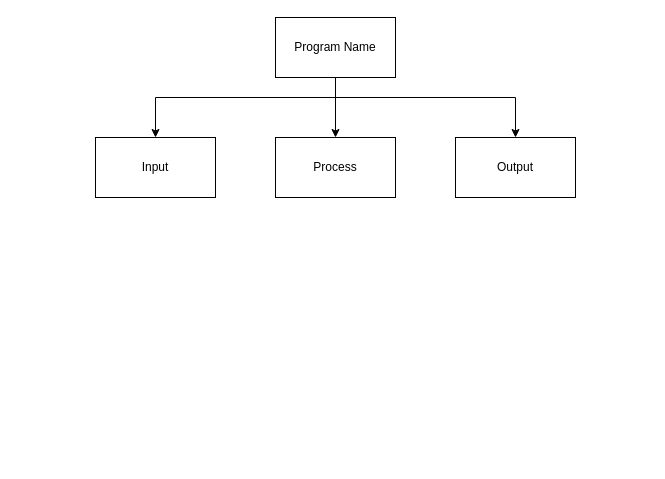
The draw.io diagram design/topdown.drawio in MTHS-ICS3U-2-2023/ICS3U-Assignment-5-Dominic-Madeira, before the edit. Source tidied: cells renumbered, new cells numbered last; positions are measured from the earlier drawing's top-left corner, leaving out a move shared by most shapes. Both pictures are drawn from the tidied source at 100%, with x=0, y=0 at pixel (95, 17).
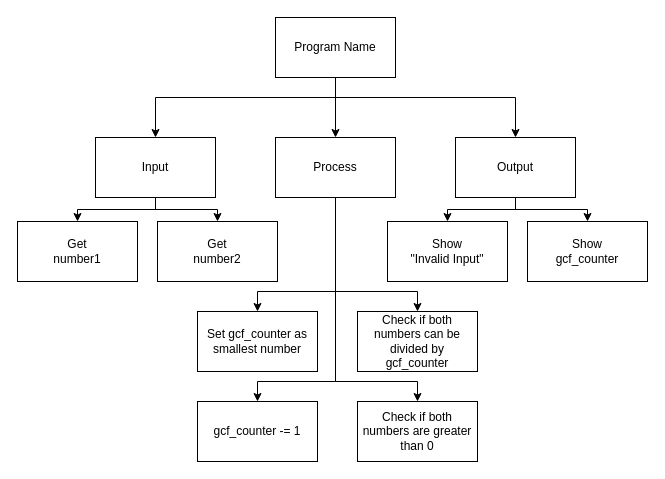
The same diagram, later.

Unchanged cells that the change refers to:
```xml
<mxCell id="6" value="Process" style="rounded=0;whiteSpace=wrap;html=1;" parent="1" vertex="1">
  <mxGeometry x="180" y="120" width="120" height="60" as="geometry" />
</mxCell>
<mxCell id="7" value="Output" style="rounded=0;whiteSpace=wrap;html=1;" parent="1" vertex="1">
  <mxGeometry x="360" y="120" width="120" height="60" as="geometry" />
</mxCell>
<mxCell id="8" value="Input" style="rounded=0;whiteSpace=wrap;html=1;" parent="1" vertex="1">
  <mxGeometry y="120" width="120" height="60" as="geometry" />
</mxCell>
```

Diff of the diagram source:
```diff
@@
+    <mxCell id="9" style="edgeStyle=orthogonalEdgeStyle;shape=connector;rounded=0;html=1;labelBackgroundColor=default;strokeColor=default;fontFamily=Helvetica;fontSize=11;fontColor=default;endArrow=classic;" parent="1" edge="1" source="6" target="21">
+      <mxGeometry relative="1" as="geometry">
+        <Array as="points">
+          <mxPoint x="240" y="274" />
+          <mxPoint x="162" y="274" />
+        </Array>
+      </mxGeometry>
+    </mxCell>
+    <mxCell id="10" style="edgeStyle=orthogonalEdgeStyle;shape=connector;rounded=0;html=1;labelBackgroundColor=default;strokeColor=default;fontFamily=Helvetica;fontSize=11;fontColor=default;endArrow=classic;" parent="1" edge="1" source="6" target="22">
+      <mxGeometry relative="1" as="geometry">
+        <Array as="points">
+          <mxPoint x="240" y="274" />
+          <mxPoint x="322" y="274" />
+        </Array>
+      </mxGeometry>
+    </mxCell>
+    <mxCell id="11" style="edgeStyle=orthogonalEdgeStyle;shape=connector;rounded=0;html=1;labelBackgroundColor=default;strokeColor=default;fontFamily=Helvetica;fontSize=11;fontColor=default;endArrow=classic;" parent="1" edge="1" source="6" target="23">
+      <mxGeometry relative="1" as="geometry">
+        <Array as="points">
+          <mxPoint x="240" y="364" />
+          <mxPoint x="162" y="364" />
+        </Array>
+      </mxGeometry>
+    </mxCell>
+    <mxCell id="12" style="edgeStyle=orthogonalEdgeStyle;shape=connector;rounded=0;html=1;labelBackgroundColor=default;strokeColor=default;fontFamily=Helvetica;fontSize=11;fontColor=default;endArrow=classic;" parent="1" edge="1" source="6" target="24">
+      <mxGeometry relative="1" as="geometry">
+        <Array as="points">
+          <mxPoint x="240" y="364" />
+          <mxPoint x="322" y="364" />
+        </Array>
+      </mxGeometry>
+    </mxCell>
@@
+    <mxCell id="13" style="edgeStyle=orthogonalEdgeStyle;shape=connector;rounded=0;html=1;labelBackgroundColor=default;strokeColor=default;fontFamily=Helvetica;fontSize=11;fontColor=default;endArrow=classic;" parent="1" edge="1" source="7" target="19">
+      <mxGeometry relative="1" as="geometry" />
+    </mxCell>
+    <mxCell id="14" style="edgeStyle=orthogonalEdgeStyle;shape=connector;rounded=0;html=1;labelBackgroundColor=default;strokeColor=default;fontFamily=Helvetica;fontSize=11;fontColor=default;endArrow=classic;" parent="1" edge="1" source="7" target="20">
+      <mxGeometry relative="1" as="geometry" />
+    </mxCell>
@@
+    <mxCell id="15" style="edgeStyle=orthogonalEdgeStyle;shape=connector;rounded=0;html=1;labelBackgroundColor=default;strokeColor=default;fontFamily=Helvetica;fontSize=11;fontColor=default;endArrow=classic;" parent="1" edge="1" source="8" target="17">
+      <mxGeometry relative="1" as="geometry" />
+    </mxCell>
+    <mxCell id="16" style="edgeStyle=orthogonalEdgeStyle;shape=connector;rounded=0;html=1;labelBackgroundColor=default;strokeColor=default;fontFamily=Helvetica;fontSize=11;fontColor=default;endArrow=classic;" parent="1" edge="1" source="8" target="18">
+      <mxGeometry relative="1" as="geometry" />
+    </mxCell>
@@
+    <mxCell id="17" value="Get&lt;br&gt;number1" style="rounded=0;whiteSpace=wrap;html=1;" parent="1" vertex="1">
+      <mxGeometry x="-78" y="204" width="120" height="60" as="geometry" />
+    </mxCell>
+    <mxCell id="18" value="Get&lt;br&gt;number2" style="rounded=0;whiteSpace=wrap;html=1;" parent="1" vertex="1">
+      <mxGeometry x="62" y="204" width="120" height="60" as="geometry" />
+    </mxCell>
+    <mxCell id="19" value="Show&lt;br&gt;&quot;Invalid Input&quot;" style="rounded=0;whiteSpace=wrap;html=1;" parent="1" vertex="1">
+      <mxGeometry x="292" y="204" width="120" height="60" as="geometry" />
+    </mxCell>
+    <mxCell id="20" value="Show&lt;br&gt;gcf_counter" style="rounded=0;whiteSpace=wrap;html=1;" parent="1" vertex="1">
+      <mxGeometry x="432" y="204" width="120" height="60" as="geometry" />
+    </mxCell>
+    <mxCell id="21" value="Set gcf_counter as smallest number" style="rounded=0;whiteSpace=wrap;html=1;" parent="1" vertex="1">
+      <mxGeometry x="102" y="294" width="120" height="60" as="geometry" />
+    </mxCell>
+    <mxCell id="22" value="Check if both numbers can be divided by gcf_counter" style="rounded=0;whiteSpace=wrap;html=1;" parent="1" vertex="1">
+      <mxGeometry x="262" y="294" width="120" height="60" as="geometry" />
+    </mxCell>
+    <mxCell id="23" value="gcf_counter -= 1" style="rounded=0;whiteSpace=wrap;html=1;" parent="1" vertex="1">
+      <mxGeometry x="102" y="384" width="120" height="60" as="geometry" />
+    </mxCell>
+    <mxCell id="24" value="Check if both numbers are greater than 0" style="rounded=0;whiteSpace=wrap;html=1;" parent="1" vertex="1">
+      <mxGeometry x="262" y="384" width="120" height="60" as="geometry" />
+    </mxCell>
```
